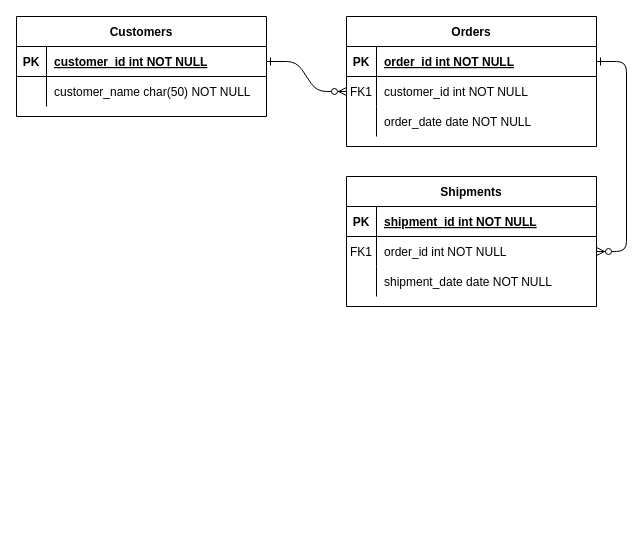
This is java-school-repeat/forProject/제목 없는 다이어그램.drawio from IamAnjaehyun/java-school, a draw.io file, before an edit. Source tidied: cells renumbered, new cells numbered last; positions are measured from the earlier drawing's top-left corner, leaving out a move shared by most shapes. Both pictures are drawn from the tidied source at 100%, with x=0, y=0 at pixel (16, 16).
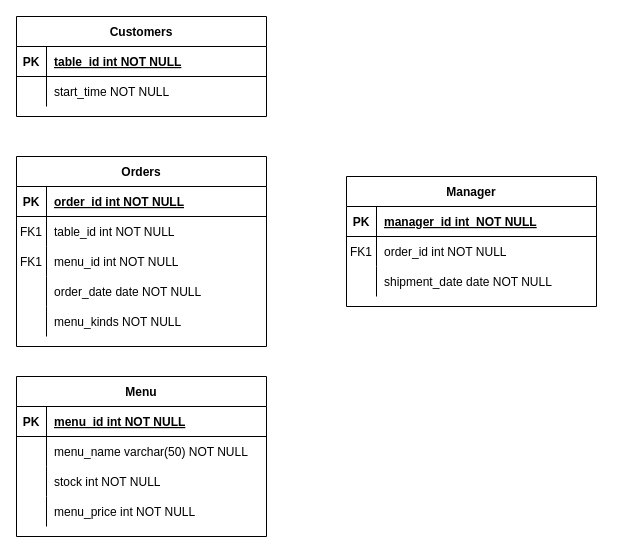
After the change.

Unchanged cells that the change refers to:
```xml
<mxCell id="5" style="shape=partialRectangle;fillColor=none;points=[[0,0.5],[1,0.5]];portConstraint=eastwest;top=0;left=0;right=0;bottom=1;" parent="4" vertex="1">
  <mxGeometry y="30" width="250" height="30" as="geometry" />
</mxCell>
<mxCell id="8" style="shape=partialRectangle;fillColor=none;points=[[0,0.5],[1,0.5]];portConstraint=eastwest;top=0;left=0;right=0;bottom=0;" parent="4" vertex="1">
  <mxGeometry y="60" width="250" height="30" as="geometry" />
</mxCell>
<mxCell id="11" style="shape=partialRectangle;fillColor=none;top=0;left=0;right=0;bottom=0;" parent="4" vertex="1">
  <mxGeometry y="90" width="250" height="30" as="geometry" />
</mxCell>
<mxCell id="15" style="shape=partialRectangle;fillColor=none;top=0;left=0;right=0;bottom=1;" parent="14" vertex="1">
  <mxGeometry y="30" width="250" height="30" as="geometry" />
</mxCell>
<mxCell id="18" style="shape=partialRectangle;fillColor=none;points=[[0,0.5],[1,0.5]];portConstraint=eastwest;top=0;left=0;right=0;bottom=0;" parent="14" vertex="1">
  <mxGeometry y="60" width="250" height="30" as="geometry" />
</mxCell>
<mxCell id="25" style="shape=partialRectangle;fillColor=none;points=[[0,0.5],[1,0.5]];portConstraint=eastwest;top=0;left=0;right=0;bottom=1;" parent="24" vertex="1">
  <mxGeometry y="30" width="250" height="30" as="geometry" />
</mxCell>
<mxCell id="28" style="shape=partialRectangle;fillColor=none;top=0;left=0;right=0;bottom=0;" parent="24" vertex="1">
  <mxGeometry y="60" width="250" height="30" as="geometry" />
</mxCell>
```

Diff of the diagram source:
```diff
@@
-    <mxCell id="2" style="edgeStyle=entityRelationEdgeStyle;endArrow=ERzeroToMany;startArrow=ERone;endFill=1;startFill=0;" parent="1" edge="1" source="25" target="8">
-      <mxGeometry relative="1" as="geometry" />
-    </mxCell>
-    <mxCell id="3" style="edgeStyle=entityRelationEdgeStyle;endArrow=ERzeroToMany;startArrow=ERone;endFill=1;startFill=0;" parent="1" edge="1" source="5" target="18">
-      <mxGeometry relative="1" as="geometry" />
-    </mxCell>
-    <mxCell id="4" value="Orders" style="shape=table;startSize=30;childLayout=tableLayout;rowLines=0;fontStyle=1;align=center;" parent="1" vertex="1">
-      <mxGeometry x="330" width="250" height="130" as="geometry" />
+    <mxCell id="4" value="Menu" style="shape=table;startSize=30;childLayout=tableLayout;rowLines=0;fontStyle=1;align=center;" parent="1" vertex="1">
+      <mxGeometry y="360" width="250" height="160" as="geometry" />
     </mxCell>
@@
-    <mxCell id="7" value="order_id int NOT NULL " style="shape=partialRectangle;overflow=hidden;fillColor=none;top=0;left=0;bottom=0;right=0;align=left;spacingLeft=6;fontStyle=5;" parent="5" vertex="1">
+    <mxCell id="7" value="menu_id int NOT NULL" style="shape=partialRectangle;overflow=hidden;fillColor=none;top=0;left=0;bottom=0;right=0;align=left;spacingLeft=6;fontStyle=5;" parent="5" vertex="1">
       <mxGeometry x="30" width="220" height="30" as="geometry" />
     </mxCell>
@@
-    <mxCell id="9" value="FK1" style="shape=partialRectangle;overflow=hidden;fillColor=none;top=0;left=0;bottom=0;right=0;" parent="8" vertex="1">
+    <mxCell id="9" style="shape=partialRectangle;overflow=hidden;fillColor=none;top=0;left=0;bottom=0;right=0;" parent="8" vertex="1">
       <mxGeometry width="30" height="30" as="geometry" />
     </mxCell>
-    <mxCell id="10" value="customer_id int NOT NULL" style="shape=partialRectangle;overflow=hidden;fillColor=none;top=0;left=0;bottom=0;right=0;align=left;spacingLeft=6;" parent="8" vertex="1">
+    <mxCell id="10" value="menu_name varchar(50) NOT NULL" style="shape=partialRectangle;overflow=hidden;fillColor=none;top=0;left=0;bottom=0;right=0;align=left;spacingLeft=6;" parent="8" vertex="1">
       <mxGeometry x="30" width="220" height="30" as="geometry" />
     </mxCell>
@@
-    <mxCell id="13" value="order_date date NOT NULL" style="shape=partialRectangle;overflow=hidden;fillColor=none;top=0;left=0;bottom=0;right=0;align=left;spacingLeft=6;" parent="11" vertex="1">
+    <mxCell id="13" value="stock int NOT NULL" style="shape=partialRectangle;overflow=hidden;fillColor=none;top=0;left=0;bottom=0;right=0;align=left;spacingLeft=6;" parent="11" vertex="1">
       <mxGeometry x="30" width="220" height="30" as="geometry" />
     </mxCell>
+    <mxCell id="31" style="shape=partialRectangle;fillColor=none;top=0;left=0;right=0;bottom=0;" parent="4" vertex="1">
+      <mxGeometry y="120" width="250" height="30" as="geometry" />
+    </mxCell>
+    <mxCell id="32" style="shape=partialRectangle;overflow=hidden;fillColor=none;top=0;left=0;bottom=0;right=0;" parent="31" vertex="1">
+      <mxGeometry width="30" height="30" as="geometry" />
+    </mxCell>
+    <mxCell id="33" value="menu_price int NOT NULL" style="shape=partialRectangle;overflow=hidden;fillColor=none;top=0;left=0;bottom=0;right=0;align=left;spacingLeft=6;" parent="31" vertex="1">
+      <mxGeometry x="30" width="220" height="30" as="geometry" />
+    </mxCell>
-    <mxCell id="14" value="Shipments" style="shape=table;startSize=30;childLayout=tableLayout;rowLines=0;fontStyle=1;align=center;" parent="1" vertex="1">
+    <mxCell id="14" value="Manager" style="shape=table;startSize=30;childLayout=tableLayout;rowLines=0;fontStyle=1;align=center;" parent="1" vertex="1">
       <mxGeometry x="330" y="160" width="250" height="130" as="geometry" />
     </mxCell>
@@
-    <mxCell id="17" value="shipment_id int NOT NULL " style="shape=partialRectangle;overflow=hidden;fillColor=none;top=0;left=0;bottom=0;right=0;align=left;spacingLeft=6;fontStyle=5;" parent="15" vertex="1">
+    <mxCell id="17" value="manager_id int  NOT NULL" style="shape=partialRectangle;overflow=hidden;fillColor=none;top=0;left=0;bottom=0;right=0;align=left;spacingLeft=6;fontStyle=5;" parent="15" vertex="1">
       <mxGeometry x="30" width="220" height="30" as="geometry" />
     </mxCell>
@@
-    <mxCell id="27" value="customer_id int NOT NULL " style="shape=partialRectangle;overflow=hidden;fillColor=none;top=0;left=0;bottom=0;right=0;align=left;spacingLeft=6;fontStyle=5;" parent="25" vertex="1">
+    <mxCell id="27" value="table_id int NOT NULL" style="shape=partialRectangle;overflow=hidden;fillColor=none;top=0;left=0;bottom=0;right=0;align=left;spacingLeft=6;fontStyle=5;" parent="25" vertex="1">
       <mxGeometry x="30" width="220" height="30" as="geometry" />
     </mxCell>
@@
-    <mxCell id="30" value="customer_name char(50) NOT NULL" style="shape=partialRectangle;overflow=hidden;fillColor=none;top=0;left=0;bottom=0;right=0;align=left;spacingLeft=6;" parent="28" vertex="1">
+    <mxCell id="30" value="start_time NOT NULL" style="shape=partialRectangle;overflow=hidden;fillColor=none;top=0;left=0;bottom=0;right=0;align=left;spacingLeft=6;" parent="28" vertex="1">
       <mxGeometry x="30" width="220" height="30" as="geometry" />
     </mxCell>
+    <mxCell id="34" value="Orders" style="shape=table;startSize=30;childLayout=tableLayout;rowLines=0;fontStyle=1;align=center;" parent="1" vertex="1">
+      <mxGeometry y="140" width="250" height="190" as="geometry" />
+    </mxCell>
+    <mxCell id="35" style="shape=partialRectangle;fillColor=none;top=0;left=0;right=0;bottom=1;" parent="34" vertex="1">
+      <mxGeometry y="30" width="250" height="30" as="geometry" />
+    </mxCell>
+    <mxCell id="36" value="PK" style="shape=partialRectangle;overflow=hidden;fillColor=none;top=0;left=0;bottom=0;right=0;fontStyle=1;" parent="35" vertex="1">
+      <mxGeometry width="30" height="30" as="geometry" />
+    </mxCell>
+    <mxCell id="37" value="order_id int NOT NULL " style="shape=partialRectangle;overflow=hidden;fillColor=none;top=0;left=0;bottom=0;right=0;align=left;spacingLeft=6;fontStyle=5;" parent="35" vertex="1">
+      <mxGeometry x="30" width="220" height="30" as="geometry" />
+    </mxCell>
+    <mxCell id="38" style="shape=partialRectangle;fillColor=none;top=0;left=0;right=0;bottom=0;" parent="34" vertex="1">
+      <mxGeometry y="60" width="250" height="30" as="geometry" />
+    </mxCell>
+    <mxCell id="39" value="FK1" style="shape=partialRectangle;overflow=hidden;fillColor=none;top=0;left=0;bottom=0;right=0;" parent="38" vertex="1">
+      <mxGeometry width="30" height="30" as="geometry" />
+    </mxCell>
+    <mxCell id="40" value="table_id int NOT NULL" style="shape=partialRectangle;overflow=hidden;fillColor=none;top=0;left=0;bottom=0;right=0;align=left;spacingLeft=6;" parent="38" vertex="1">
+      <mxGeometry x="30" width="220" height="30" as="geometry" />
+    </mxCell>
+    <mxCell id="41" style="shape=partialRectangle;fillColor=none;top=0;left=0;right=0;bottom=0;" parent="34" vertex="1">
+      <mxGeometry y="90" width="250" height="30" as="geometry" />
+    </mxCell>
+    <mxCell id="42" value="FK1" style="shape=partialRectangle;overflow=hidden;fillColor=none;top=0;left=0;bottom=0;right=0;" parent="41" vertex="1">
+      <mxGeometry width="30" height="30" as="geometry" />
+    </mxCell>
+    <mxCell id="43" value="menu_id int NOT NULL" style="shape=partialRectangle;overflow=hidden;fillColor=none;top=0;left=0;bottom=0;right=0;align=left;spacingLeft=6;" parent="41" vertex="1">
+      <mxGeometry x="30" width="220" height="30" as="geometry" />
+    </mxCell>
+    <mxCell id="44" style="shape=partialRectangle;fillColor=none;top=0;left=0;right=0;bottom=0;" parent="34" vertex="1">
+      <mxGeometry y="120" width="250" height="30" as="geometry" />
+    </mxCell>
+    <mxCell id="45" style="shape=partialRectangle;overflow=hidden;fillColor=none;top=0;left=0;bottom=0;right=0;" parent="44" vertex="1">
+      <mxGeometry width="30" height="30" as="geometry" />
+    </mxCell>
+    <mxCell id="46" value="order_date date NOT NULL" style="shape=partialRectangle;overflow=hidden;fillColor=none;top=0;left=0;bottom=0;right=0;align=left;spacingLeft=6;" parent="44" vertex="1">
+      <mxGeometry x="30" width="220" height="30" as="geometry" />
+    </mxCell>
+    <mxCell id="47" style="shape=partialRectangle;fillColor=none;top=0;left=0;right=0;bottom=0;" parent="34" vertex="1">
+      <mxGeometry y="150" width="250" height="30" as="geometry" />
+    </mxCell>
+    <mxCell id="48" style="shape=partialRectangle;overflow=hidden;fillColor=none;top=0;left=0;bottom=0;right=0;" parent="47" vertex="1">
+      <mxGeometry width="30" height="30" as="geometry" />
+    </mxCell>
+    <mxCell id="49" value="menu_kinds NOT NULL" style="shape=partialRectangle;overflow=hidden;fillColor=none;top=0;left=0;bottom=0;right=0;align=left;spacingLeft=6;" parent="47" vertex="1">
+      <mxGeometry x="30" width="220" height="30" as="geometry" />
+    </mxCell>
```
